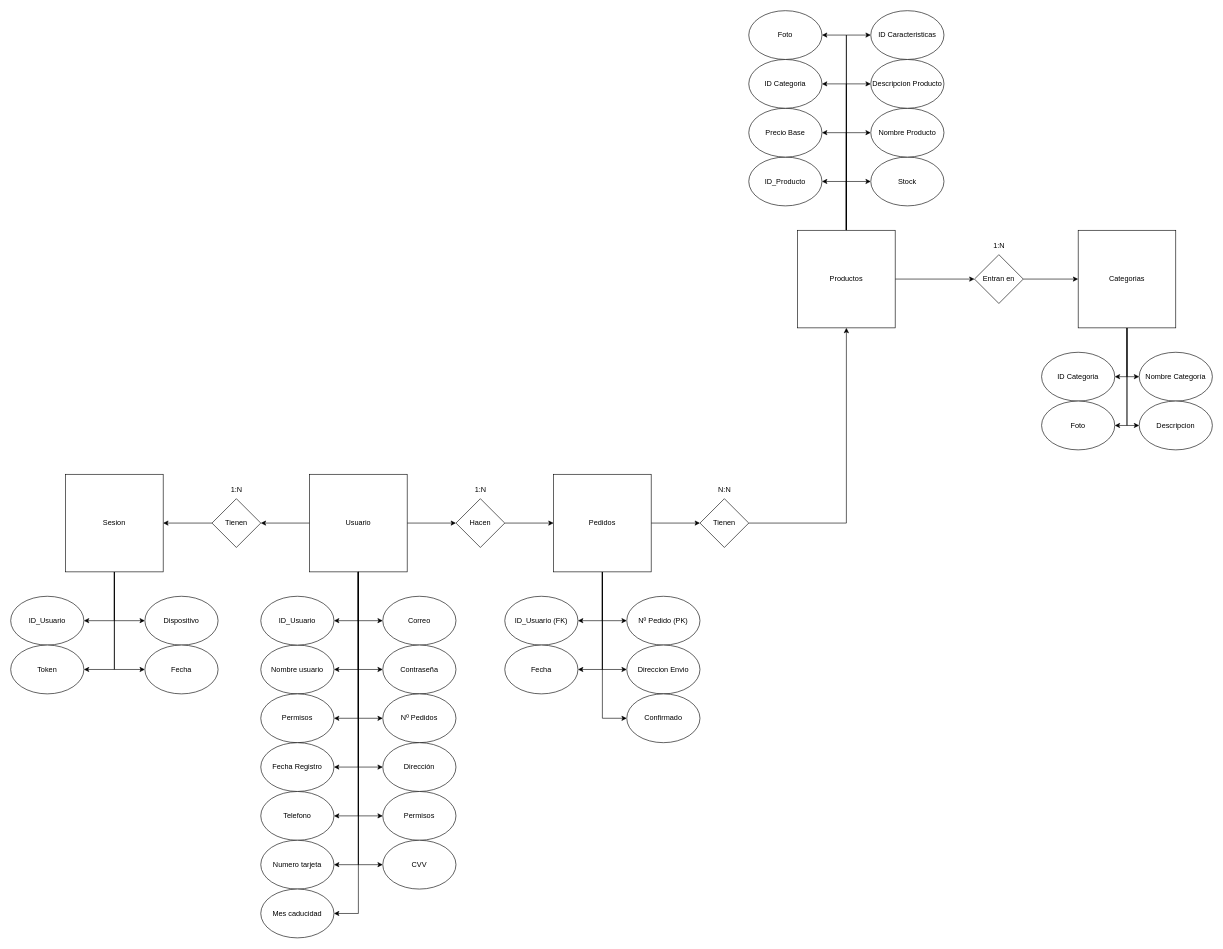
Before: page "Modelo Relacional" (1 of 2) of BBDDTFG.drawio in meeeww/tfg_server, a draw.io diagram. Source tidied: cells renumbered, new cells numbered last; positions are measured from the earlier drawing's top-left corner, leaving out a move shared by most shapes. Both pictures are drawn from the tidied source at 61%, with x=0, y=0 at pixel (10, 10).
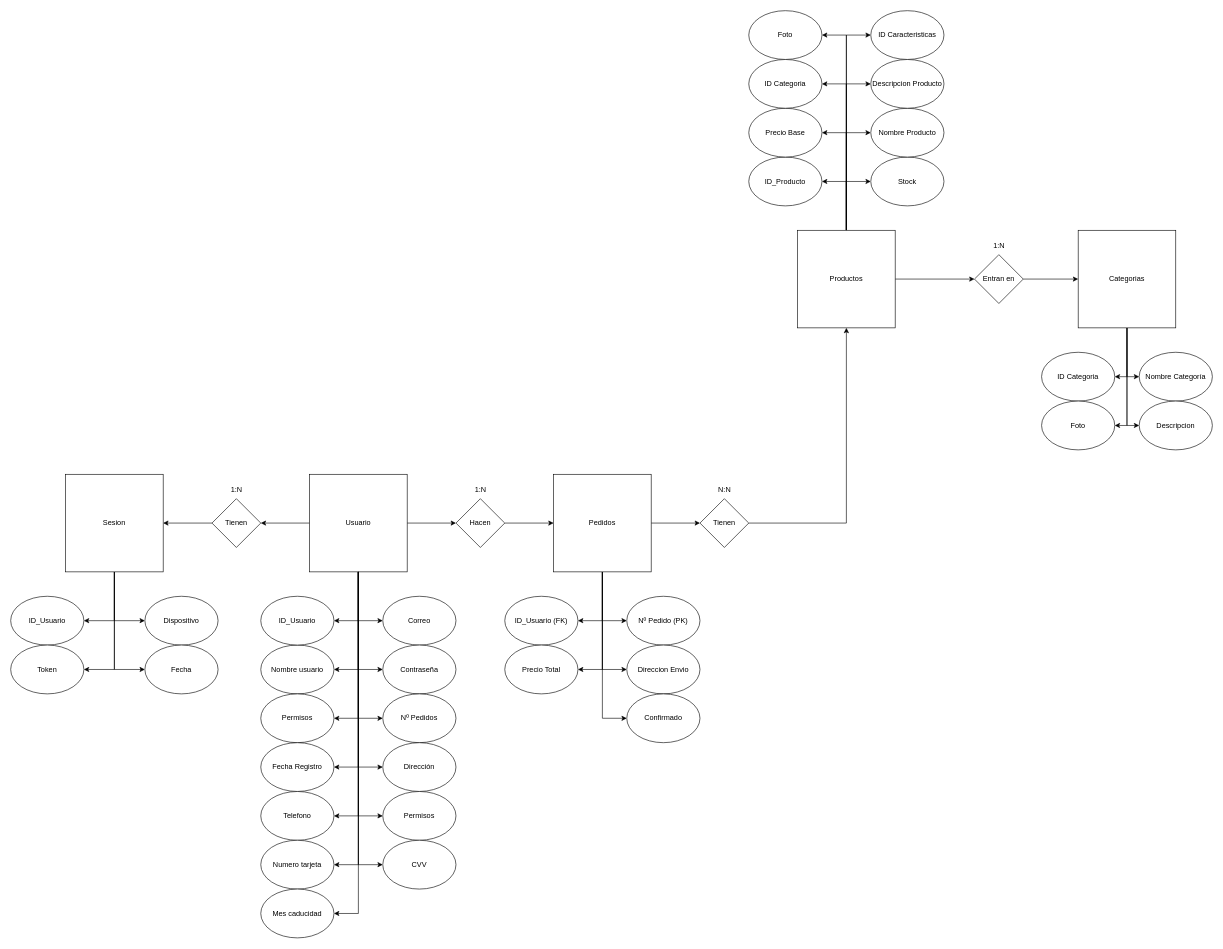
The same page after the edit.

The edit, as a diff of the source:
```diff
@@
-    <mxCell id="49" value="Fecha" style="ellipse;whiteSpace=wrap;html=1;" parent="1" vertex="1">
+    <mxCell id="49" value="Precio Total" style="ellipse;whiteSpace=wrap;html=1;" parent="1" vertex="1">
       <mxGeometry x="810" y="1040" width="120" height="80" as="geometry" />
     </mxCell>
```
